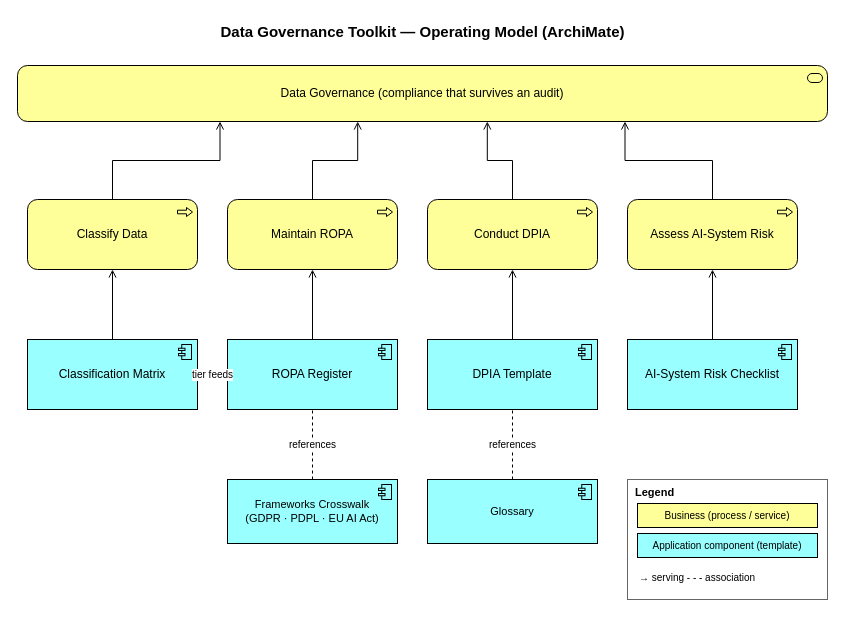
This is assets/architecture/toolkit-overview.drawio from mmubarak-io/data-governance-toolkit, a draw.io file, before an edit. Source tidied: cells renumbered, new cells numbered last; positions are measured from the earlier drawing's top-left corner, leaving out a move shared by most shapes. Both pictures are drawn from the tidied source at 100%, with x=0, y=0 at pixel (17, 17).
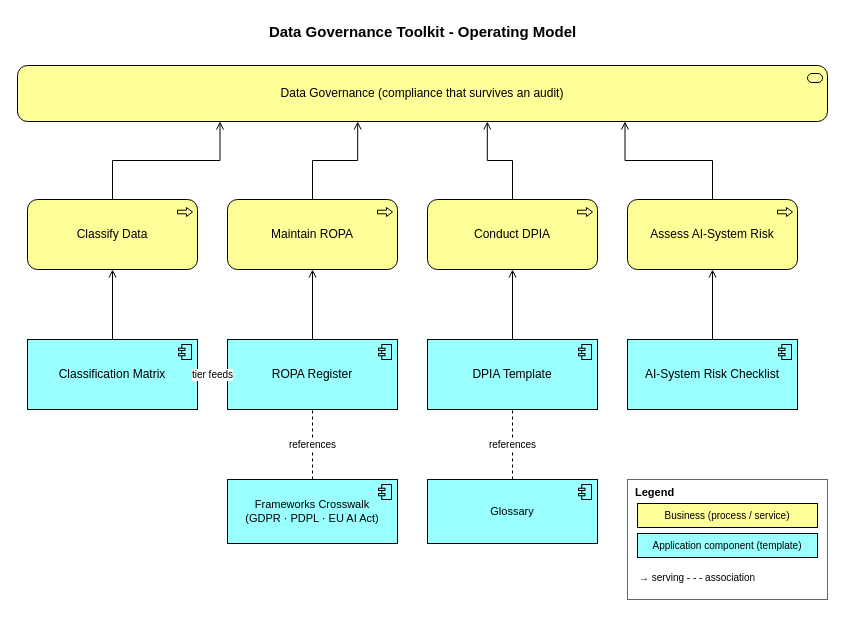
After the change.

Diff of the diagram source:
```diff
@@
-    <mxCell id="2" value="Data Governance Toolkit — Operating Model (ArchiMate)" style="text;html=1;align=center;verticalAlign=middle;fontSize=15;fontStyle=1;" parent="1" vertex="1">
+    <mxCell id="2" value="Data Governance Toolkit - Operating Model" style="text;html=1;align=center;verticalAlign=middle;fontSize=15;fontStyle=1;" parent="1" vertex="1">
       <mxGeometry width="810" height="28" as="geometry" />
     </mxCell>
```
